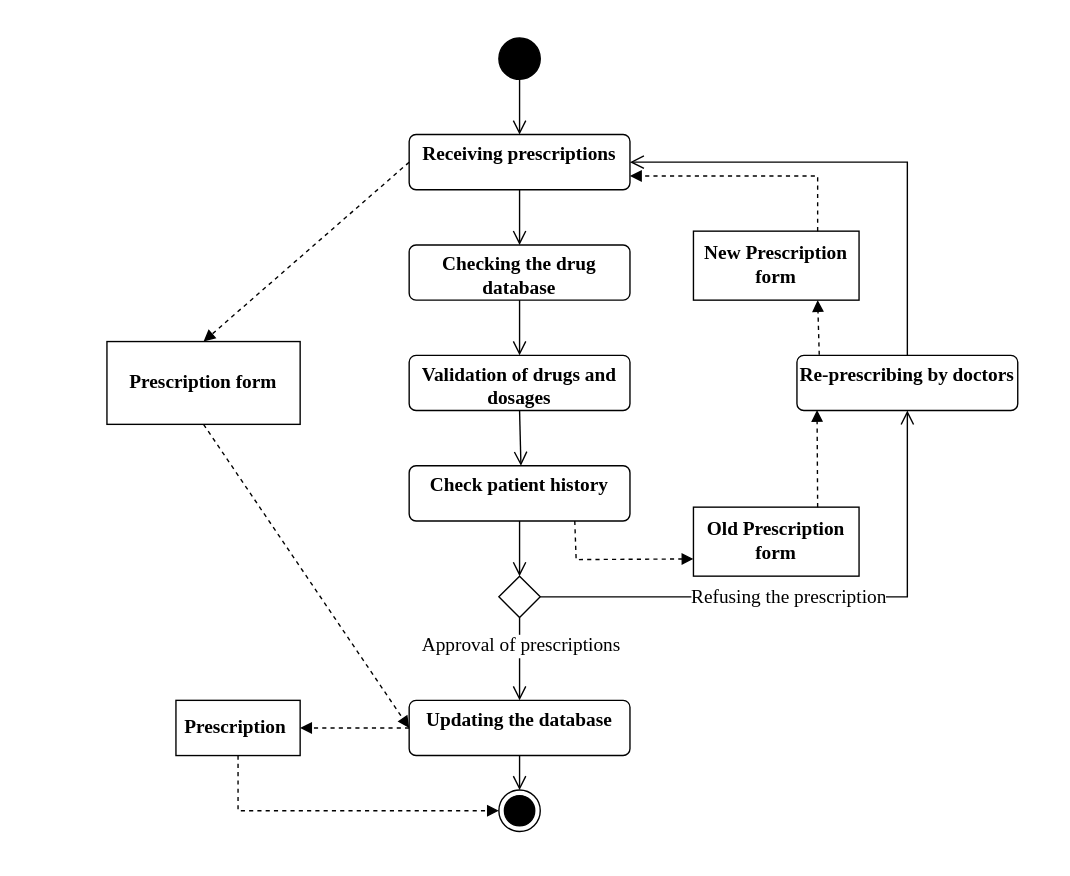
Earlier version of the draw.io diagram Activity Diagram.drawio (FOMOKN/Software-Engineering). Source tidied: cells renumbered, new cells numbered last; positions are measured from the earlier drawing's top-left corner, leaving out a move shared by most shapes. Both pictures are drawn from the tidied source at 138%, with x=0, y=0 at pixel (106, 37).
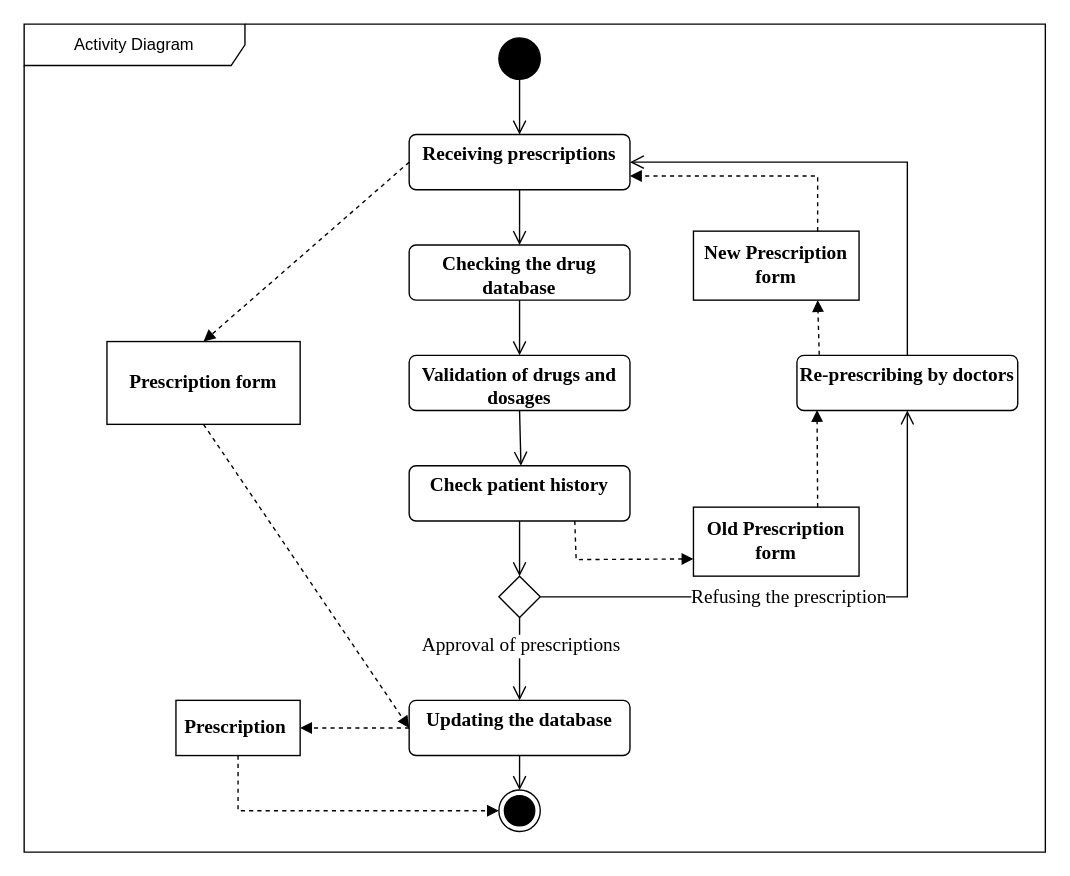
Above is the later version.

The edit, as a diff of the source:
```diff
@@
+    <mxCell id="34" value="Activity Diagram" style="shape=umlFrame;whiteSpace=wrap;html=1;width=160;" parent="1" vertex="1">
+      <mxGeometry x="-60" y="-10" width="740" height="600" as="geometry" />
+    </mxCell>
```
